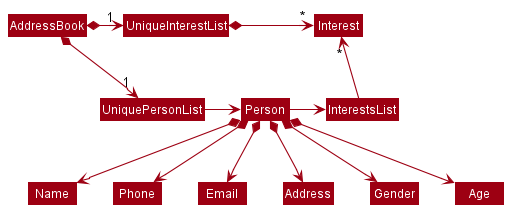
The PlantUML diagram docs/images/BetterModelClassDiagram.png in pranav-ganesh/tp, before a commit.
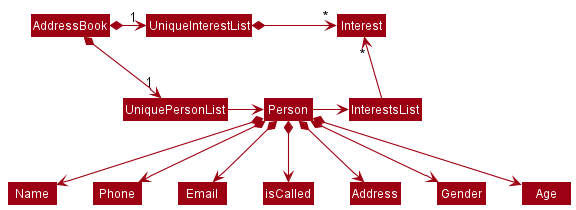
Later version of the same file.

The edit, as a diff of the source:
```diff
@@ -18,6 +18,7 @@
 Person *--> Name
 Person *--> Phone
 Person *--> Email
+Person *--> isCalled
 Person *--> Address
 Person *--> Gender
 Person *--> Age
```
